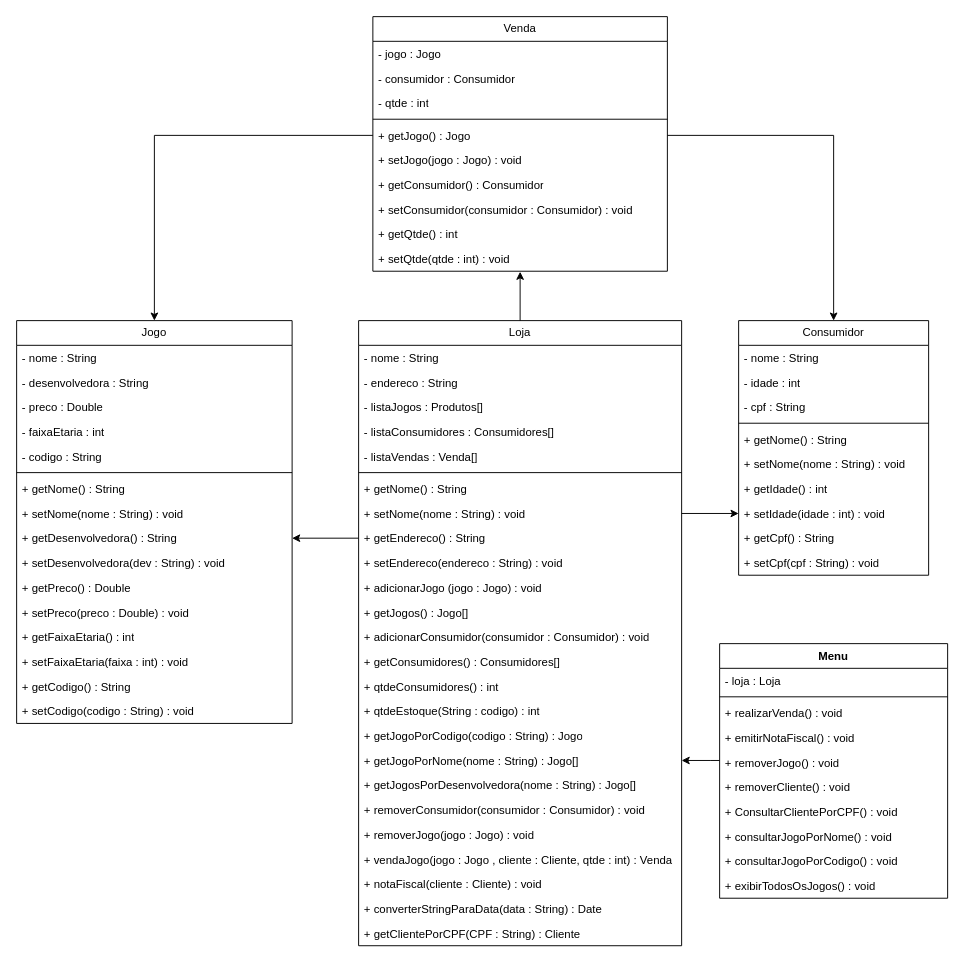
Earlier version of the draw.io diagram Diagrama Loja Java.drawio (Revocable/diagramas). Source tidied: cells renumbered, new cells numbered last; positions are measured from the earlier drawing's top-left corner, leaving out a move shared by most shapes. Both pictures are drawn from the tidied source at 95%, with x=0, y=0 at pixel (16, 16).
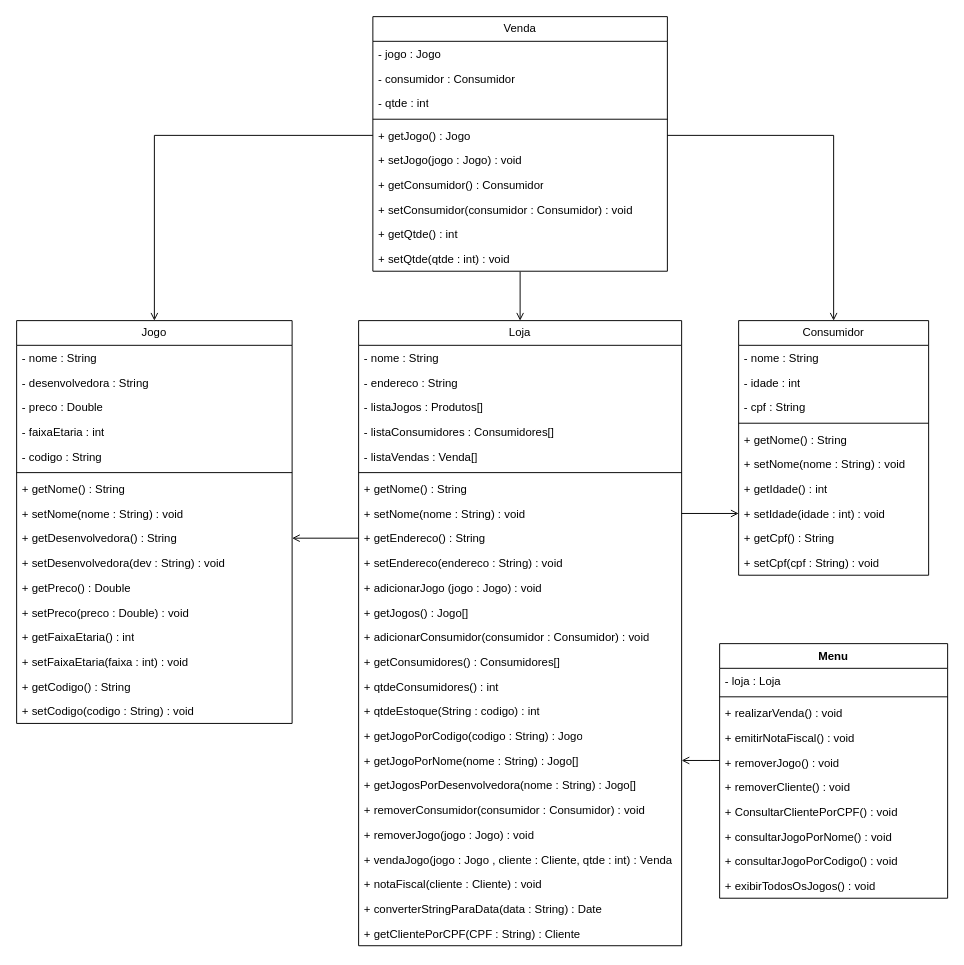
Above is the later version.

Unchanged cells that the change refers to:
```xml
<mxCell id="2" value="Loja" style="swimlane;fontStyle=0;horizontal=1;startSize=26;fillColor=none;whiteSpace=wrap;html=1;" parent="1" vertex="1">
  <mxGeometry x="360" y="320" width="340" height="658" as="geometry" />
</mxCell>
<mxCell id="10" value="+ setNome(nome : String) : void" style="text;strokeColor=none;fillColor=none;align=left;verticalAlign=top;spacingLeft=4;spacingRight=4;overflow=hidden;points=[[0,0.5],[1,0.5]];portConstraint=eastwest;whiteSpace=wrap;html=1;" parent="2" vertex="1">
  <mxGeometry y="190" width="340" height="26" as="geometry" />
</mxCell>
<mxCell id="11" value="+ getEndereco() : String" style="text;strokeColor=none;fillColor=none;align=left;verticalAlign=top;spacingLeft=4;spacingRight=4;overflow=hidden;points=[[0,0.5],[1,0.5]];portConstraint=eastwest;whiteSpace=wrap;html=1;" parent="2" vertex="1">
  <mxGeometry y="216" width="340" height="26" as="geometry" />
</mxCell>
<mxCell id="20" value="+ getJogoPorNome(nome : String) : Jogo[]" style="text;strokeColor=none;fillColor=none;align=left;verticalAlign=top;spacingLeft=4;spacingRight=4;overflow=hidden;points=[[0,0.5],[1,0.5]];portConstraint=eastwest;whiteSpace=wrap;html=1;" parent="2" vertex="1">
  <mxGeometry y="450" width="340" height="26" as="geometry" />
</mxCell>
<mxCell id="28" value="Jogo" style="swimlane;fontStyle=0;horizontal=1;startSize=26;fillColor=none;whiteSpace=wrap;html=1;" parent="1" vertex="1">
  <mxGeometry y="320" width="290" height="424" as="geometry" />
</mxCell>
<mxCell id="37" value="+ getDesenvolvedora() : String" style="text;strokeColor=none;fillColor=none;align=left;verticalAlign=top;spacingLeft=4;spacingRight=4;overflow=hidden;points=[[0,0.5],[1,0.5]];portConstraint=eastwest;whiteSpace=wrap;html=1;" parent="28" vertex="1">
  <mxGeometry y="216" width="290" height="26" as="geometry" />
</mxCell>
<mxCell id="46" value="Consumidor" style="swimlane;fontStyle=0;horizontal=1;startSize=26;fillColor=none;whiteSpace=wrap;html=1;" parent="1" vertex="1">
  <mxGeometry x="760" y="320" width="200" height="268" as="geometry" />
</mxCell>
<mxCell id="54" value="+ setIdade(idade : int) : void" style="text;strokeColor=none;fillColor=none;align=left;verticalAlign=top;spacingLeft=4;spacingRight=4;overflow=hidden;points=[[0,0.5],[1,0.5]];portConstraint=eastwest;whiteSpace=wrap;html=1;" parent="46" vertex="1">
  <mxGeometry y="190" width="200" height="26" as="geometry" />
</mxCell>
<mxCell id="62" value="+ getJogo() : Jogo" style="text;strokeColor=none;fillColor=none;align=left;verticalAlign=top;spacingLeft=4;spacingRight=4;overflow=hidden;points=[[0,0.5],[1,0.5]];portConstraint=eastwest;whiteSpace=wrap;html=1;" parent="57" vertex="1">
  <mxGeometry y="112" width="310" height="26" as="geometry" />
</mxCell>
<mxCell id="67" value="+ setQtde(qtde : int) : void" style="text;strokeColor=none;fillColor=none;align=left;verticalAlign=top;spacingLeft=4;spacingRight=4;overflow=hidden;points=[[0,0.5],[1,0.5]];portConstraint=eastwest;whiteSpace=wrap;html=1;" parent="57" vertex="1">
  <mxGeometry y="242" width="310" height="26" as="geometry" />
</mxCell>
<mxCell id="76" value="+&amp;nbsp;removerJogo() : void" style="text;strokeColor=none;fillColor=none;align=left;verticalAlign=top;spacingLeft=4;spacingRight=4;overflow=hidden;points=[[0,0.5],[1,0.5]];portConstraint=eastwest;whiteSpace=wrap;html=1;" parent="71" vertex="1">
  <mxGeometry y="112" width="240" height="26" as="geometry" />
</mxCell>
```

Diff of the diagram source:
```diff
@@
-    <mxCell id="45" style="edgeStyle=orthogonalEdgeStyle;rounded=0;jettySize=auto;html=1;entryX=1;entryY=0.5;entryDx=0;entryDy=0;" parent="1" edge="1" source="11" target="37">
+    <mxCell id="45" style="edgeStyle=orthogonalEdgeStyle;rounded=0;jettySize=auto;html=1;entryX=1;entryY=0.5;entryDx=0;entryDy=0;endArrow=open;endFill=0;" parent="1" edge="1" source="11" target="37">
       <mxGeometry relative="1" as="geometry" />
     </mxCell>
@@
-    <mxCell id="68" style="edgeStyle=orthogonalEdgeStyle;rounded=0;jettySize=auto;html=1;exitX=0;exitY=0.5;exitDx=0;exitDy=0;entryX=0.5;entryY=0;entryDx=0;entryDy=0;" parent="1" edge="1" source="62" target="28">
+    <mxCell id="68" style="edgeStyle=orthogonalEdgeStyle;rounded=0;jettySize=auto;html=1;exitX=0;exitY=0.5;exitDx=0;exitDy=0;entryX=0.5;entryY=0;entryDx=0;entryDy=0;endArrow=open;endFill=0;" parent="1" edge="1" source="62" target="28">
       <mxGeometry relative="1" as="geometry" />
     </mxCell>
-    <mxCell id="69" style="edgeStyle=orthogonalEdgeStyle;rounded=0;jettySize=auto;html=1;exitX=1;exitY=0.5;exitDx=0;exitDy=0;entryX=0.5;entryY=0;entryDx=0;entryDy=0;" parent="1" edge="1" source="62" target="46">
+    <mxCell id="69" style="edgeStyle=orthogonalEdgeStyle;rounded=0;jettySize=auto;html=1;exitX=1;exitY=0.5;exitDx=0;exitDy=0;entryX=0.5;entryY=0;entryDx=0;entryDy=0;endArrow=open;endFill=0;" parent="1" edge="1" source="62" target="46">
       <mxGeometry relative="1" as="geometry" />
     </mxCell>
-    <mxCell id="70" style="edgeStyle=orthogonalEdgeStyle;rounded=0;jettySize=auto;html=1;entryX=0.5;entryY=1.021;entryDx=0;entryDy=0;entryPerimeter=0;" parent="1" edge="1" source="2" target="67">
+    <mxCell id="70" style="edgeStyle=orthogonalEdgeStyle;rounded=0;jettySize=auto;html=1;entryX=0.5;entryY=1.021;entryDx=0;entryDy=0;entryPerimeter=0;endArrow=none;endFill=0;startArrow=open;startFill=0;" parent="1" edge="1" source="2" target="67">
       <mxGeometry relative="1" as="geometry" />
     </mxCell>
@@
-    <mxCell id="82" style="edgeStyle=orthogonalEdgeStyle;rounded=0;jettySize=auto;html=1;entryX=0;entryY=0.5;entryDx=0;entryDy=0;" parent="1" edge="1" source="10" target="54">
+    <mxCell id="82" style="edgeStyle=orthogonalEdgeStyle;rounded=0;jettySize=auto;html=1;entryX=0;entryY=0.5;entryDx=0;entryDy=0;endArrow=open;endFill=0;" parent="1" edge="1" source="10" target="54">
       <mxGeometry relative="1" as="geometry" />
     </mxCell>
-    <mxCell id="83" style="edgeStyle=orthogonalEdgeStyle;rounded=0;jettySize=auto;html=1;entryX=1;entryY=0.5;entryDx=0;entryDy=0;" parent="1" edge="1" source="76" target="20">
+    <mxCell id="83" style="edgeStyle=orthogonalEdgeStyle;rounded=0;jettySize=auto;html=1;entryX=1;entryY=0.5;entryDx=0;entryDy=0;endArrow=open;endFill=0;" parent="1" edge="1" source="76" target="20">
       <mxGeometry relative="1" as="geometry">
         <Array as="points">
           <mxPoint x="730" y="783" />
           <mxPoint x="730" y="783" />
         </Array>
       </mxGeometry>
     </mxCell>
```
